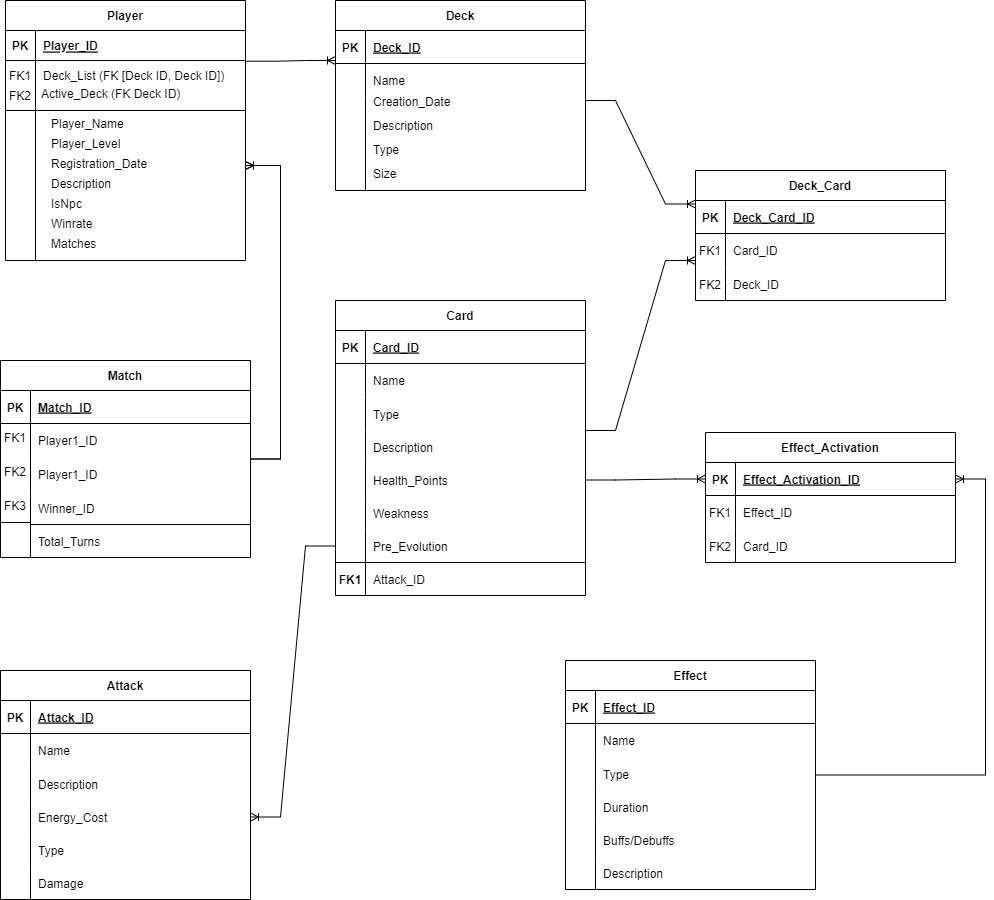
MESC2004/A01028033_TC2005B keeps this draw.io diagram as DB/Tarea1_TCG_Pokemon/PokemonTCG_ER.png. Above is the earlier version. Source tidied: cells renumbered, new cells last; positions are measured from the earlier drawing's top-left corner, leaving out a move shared by most shapes.
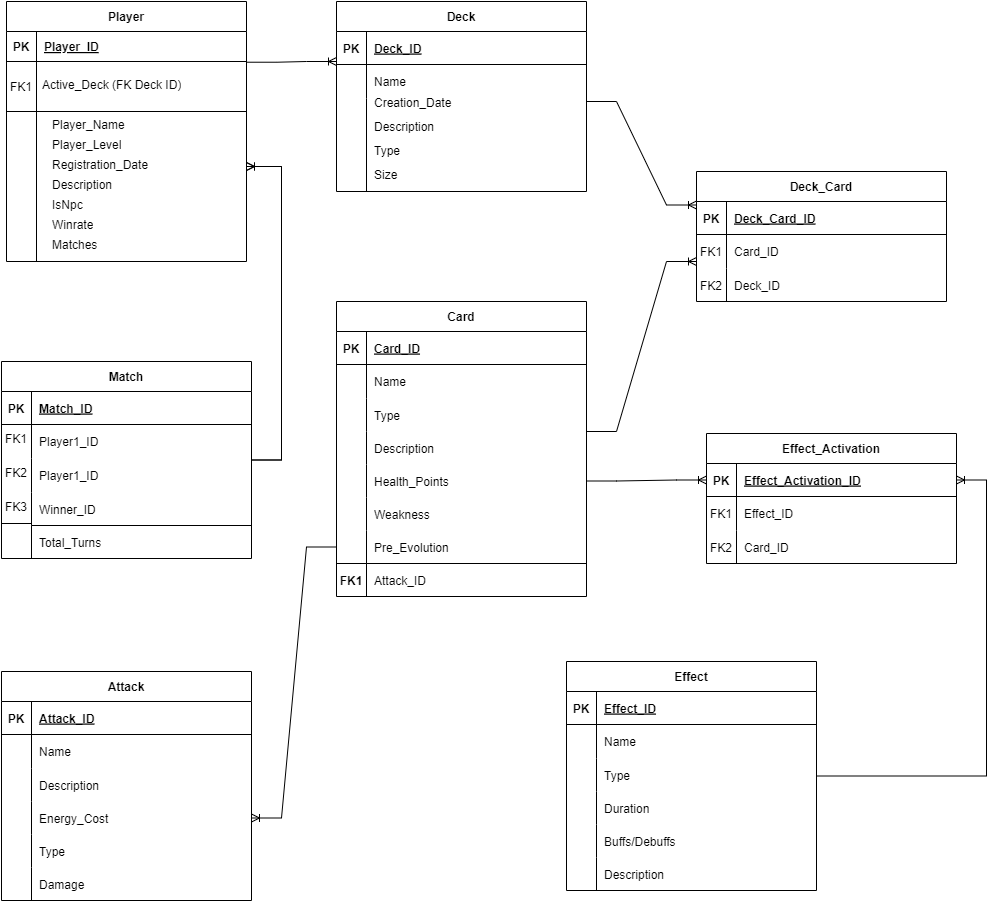
Above is the later version.

Commit message:
updated ER model, added schema and seeding sql files

What changed in the source:
```diff
@@ -122,10 +122,10 @@
     <mxCell id="41" style="shape=partialRectangle;fillColor=none;points=[[0,0.5],[1,0.5]];portConstraint=eastwest;top=0;left=0;right=0;bottom=0;" parent="37" vertex="1">
       <mxGeometry y="60" width="240" height="30" as="geometry" />
     </mxCell>
-    <mxCell id="42" value="FK1" style="shape=partialRectangle;overflow=hidden;fillColor=none;top=0;left=0;bottom=0;right=0;" parent="41" vertex="1">
+    <mxCell id="42" style="shape=partialRectangle;overflow=hidden;fillColor=none;top=0;left=0;bottom=0;right=0;" parent="41" vertex="1">
       <mxGeometry width="30" height="30" as="geometry" />
     </mxCell>
-    <mxCell id="43" value="Deck_List (FK [Deck ID, Deck ID])" style="shape=partialRectangle;overflow=hidden;fillColor=none;top=0;left=0;bottom=0;right=0;align=left;spacingLeft=6;" parent="41" vertex="1">
+    <mxCell id="43" style="shape=partialRectangle;overflow=hidden;fillColor=none;top=0;left=0;bottom=0;right=0;align=left;spacingLeft=6;" parent="41" vertex="1">
       <mxGeometry x="30" width="210" height="30" as="geometry" />
     </mxCell>
     <mxCell id="44" style="edgeStyle=entityRelationEdgeStyle;fontSize=12;html=1;endArrow=ERoneToMany;rounded=0;exitX=1.002;exitY=1.024;exitDx=0;exitDy=0;exitPerimeter=0;" parent="1" edge="1" source="38">
@@ -134,7 +134,7 @@
       </mxGeometry>
     </mxCell>
     <mxCell id="45" value="Active_Deck (FK Deck ID)" style="text;strokeColor=none;fillColor=none;spacingLeft=4;spacingRight=4;overflow=hidden;fontSize=12;whiteSpace=wrap;html=1;" parent="1" vertex="1">
-      <mxGeometry x="35" y="80" width="180" height="30" as="geometry" />
+      <mxGeometry x="35" y="70" width="180" height="30" as="geometry" />
     </mxCell>
     <mxCell id="46" style="endArrow=none;html=1;rounded=0;entryX=0.125;entryY=0.933;entryDx=0;entryDy=0;entryPerimeter=0;" parent="1" edge="1" target="41">
       <mxGeometry relative="1" as="geometry">
@@ -159,8 +159,8 @@
     <mxCell id="52" value="Winrate" style="text;strokeColor=none;fillColor=none;spacingLeft=4;spacingRight=4;overflow=hidden;fontSize=12;whiteSpace=wrap;html=1;" parent="1" vertex="1">
       <mxGeometry x="45" y="210" width="180" height="30" as="geometry" />
     </mxCell>
-    <mxCell id="53" value="FK2" style="shape=partialRectangle;overflow=hidden;fillColor=none;top=0;left=0;bottom=0;right=0;" parent="1" vertex="1">
-      <mxGeometry x="5" y="80" width="30" height="30" as="geometry" />
+    <mxCell id="53" value="FK1" style="shape=partialRectangle;overflow=hidden;fillColor=none;top=0;left=0;bottom=0;right=0;" parent="1" vertex="1">
+      <mxGeometry x="5" y="70" width="30" height="30" as="geometry" />
     </mxCell>
     <mxCell id="54" style="endArrow=none;html=1;rounded=0;" parent="1" edge="1">
       <mxGeometry relative="1" as="geometry">
```
